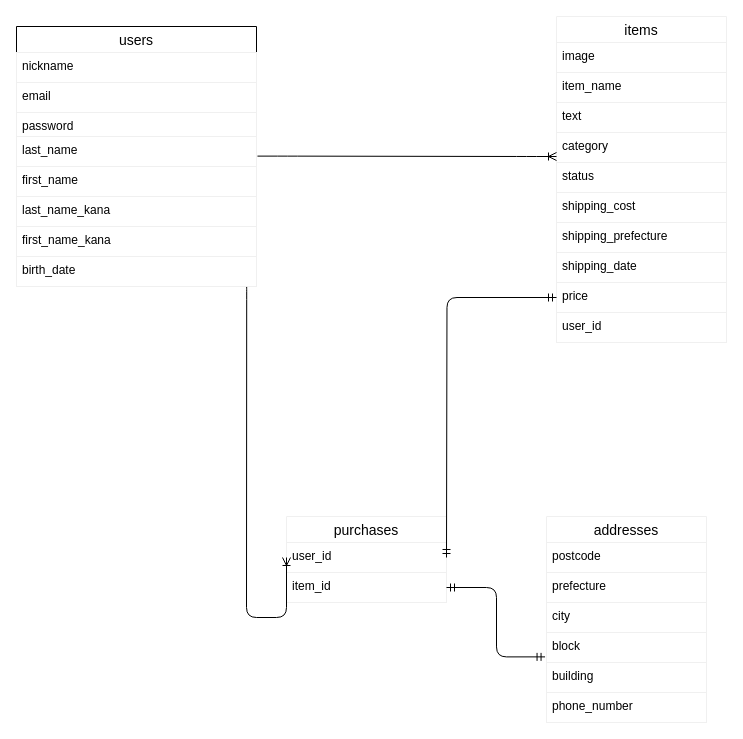
shiori771/furima-31092 keeps this draw.io diagram as db.dio. Above is the earlier version. Source tidied: cells renumbered, new cells numbered last; positions are measured from the earlier drawing's top-left corner, leaving out a move shared by most shapes. Both pictures are drawn from the tidied source at 100%, with x=0, y=0 at pixel (16, 16).
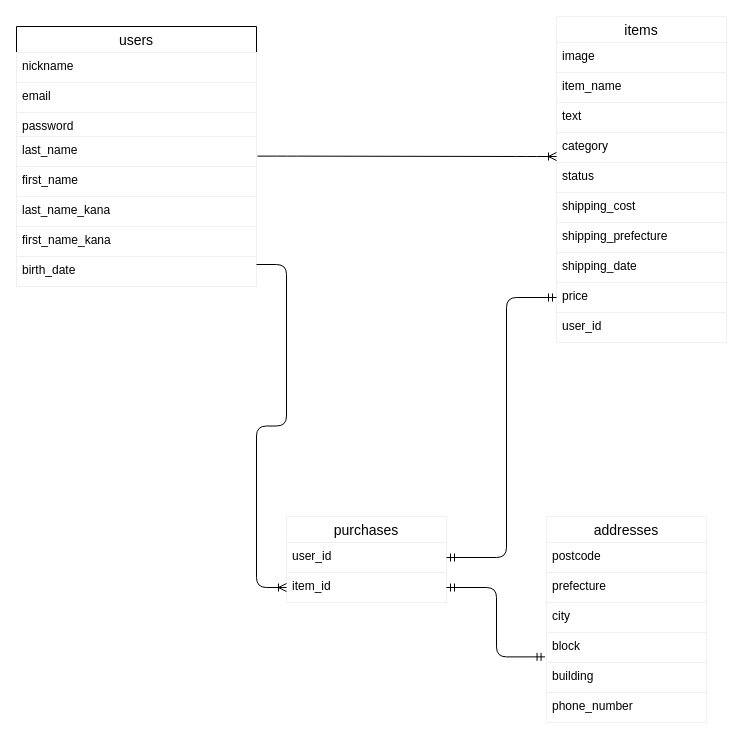
After the change.

The change refers to these unchanged cells:
```xml
<mxCell id="11" value="price" style="text;fillColor=none;spacingLeft=4;spacingRight=4;overflow=hidden;points=[[0,0.5],[1,0.5]];portConstraint=eastwest;fontSize=12;strokeColor=#f0f0f0;" parent="2" vertex="1">
  <mxGeometry y="266" width="170" height="30" as="geometry" />
</mxCell>
<mxCell id="15" value="item_id" style="text;fillColor=none;spacingLeft=4;spacingRight=4;overflow=hidden;points=[[0,0.5],[1,0.5]];portConstraint=eastwest;fontSize=12;strokeColor=#f0f0f0;" parent="13" vertex="1">
  <mxGeometry y="56" width="160" height="30" as="geometry" />
</mxCell>
<mxCell id="31" value="birth_date&#10;" style="text;fillColor=none;spacingLeft=4;spacingRight=4;overflow=hidden;points=[[0,0.5],[1,0.5]];portConstraint=eastwest;fontSize=12;strokeColor=#f0f0f0;" parent="23" vertex="1">
  <mxGeometry y="230" width="240" height="30" as="geometry" />
</mxCell>
```

Diff of the diagram source:
```diff
@@
-    <mxCell id="33" style="fontSize=12;html=1;endArrow=ERoneToMany;exitX=0.959;exitY=1.016;exitDx=0;exitDy=0;entryX=0;entryY=0.5;entryDx=0;entryDy=0;edgeStyle=orthogonalEdgeStyle;exitPerimeter=0;" parent="1" edge="1" source="31">
-      <mxGeometry relative="1" as="geometry">
-        <mxPoint x="270" y="541" as="targetPoint" />
-        <Array as="points">
-          <mxPoint x="230" y="273" />
-          <mxPoint x="230" y="273" />
-          <mxPoint x="230" y="601" />
-        </Array>
-      </mxGeometry>
-    </mxCell>
     <mxCell id="34" style="fontSize=12;html=1;endArrow=ERmandOne;startArrow=ERmandOne;exitX=1;exitY=0.5;exitDx=0;exitDy=0;edgeStyle=orthogonalEdgeStyle;entryX=0;entryY=0.5;entryDx=0;entryDy=0;" parent="1" edge="1" target="11">
       <mxGeometry relative="1" as="geometry">
         <mxPoint x="430" y="541" as="sourcePoint" />
+        <Array as="points">
+          <mxPoint x="490" y="541" />
+          <mxPoint x="490" y="281" />
+        </Array>
       </mxGeometry>
     </mxCell>
@@
+    <mxCell id="36" style="edgeStyle=entityRelationEdgeStyle;fontSize=12;html=1;endArrow=ERoneToMany;entryX=0;entryY=0.5;entryDx=0;entryDy=0;" parent="1" edge="1" target="15">
+      <mxGeometry relative="1" as="geometry">
+        <mxPoint x="240" y="248" as="sourcePoint" />
+      </mxGeometry>
+    </mxCell>
```
